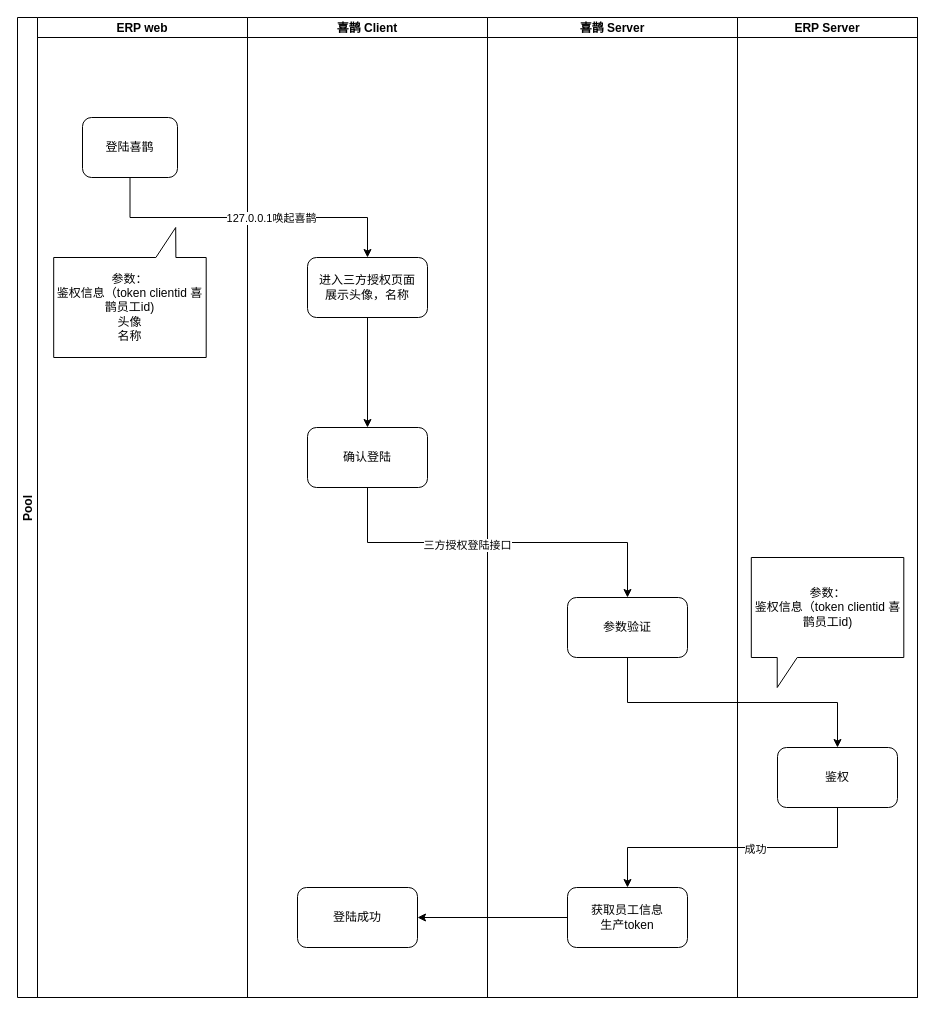
Earlier version of the draw.io diagram erp授权登录喜鹊流程图.drawio (zhuhuifei/draw.io). Source tidied: cells renumbered, new cells numbered last; positions are measured from the earlier drawing's top-left corner, leaving out a move shared by most shapes. Both pictures are drawn from the tidied source at 100%, with x=0, y=0 at pixel (17, 17).
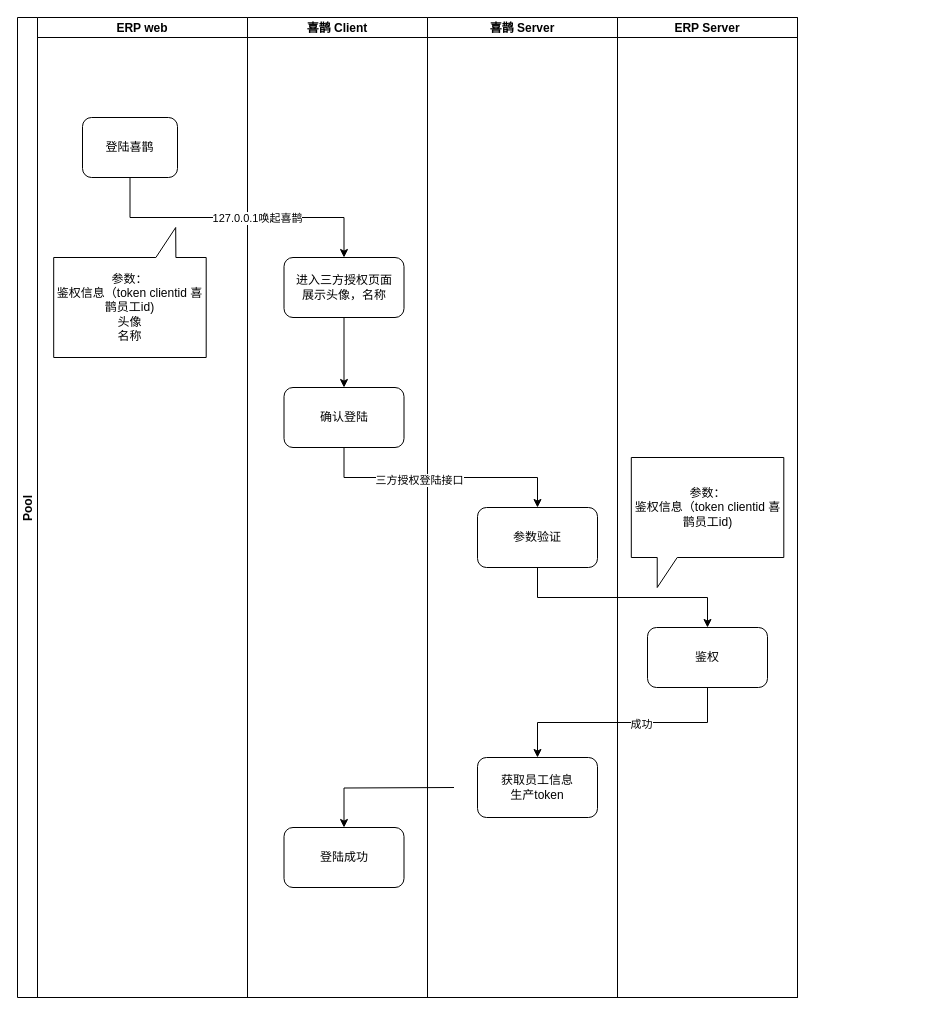
The same page after the edit.

Commit message:
更新erp授权登录喜鹊流程图.drawio

Diff of the diagram source:
```diff
@@
     <mxCell id="2" value="Pool" style="swimlane;startSize=20;horizontal=0;" parent="1" vertex="1">
-      <mxGeometry width="900" height="980" as="geometry" />
+      <mxGeometry width="780" height="980" as="geometry" />
     </mxCell>
@@
+    <mxCell id="24" style="edgeStyle=orthogonalEdgeStyle;rounded=0;jettySize=auto;html=1;" parent="2" edge="1" target="10">
+      <mxGeometry relative="1" as="geometry">
+        <mxPoint x="436.5" y="770" as="sourcePoint" />
+      </mxGeometry>
+    </mxCell>
     <mxCell id="6" value="喜鹊 Client" style="swimlane;startSize=20;" parent="2" vertex="1">
-      <mxGeometry x="230" width="240" height="980" as="geometry" />
+      <mxGeometry x="230" width="180" height="980" as="geometry" />
     </mxCell>
@@
     <mxCell id="8" value="进入三方授权页面&lt;br&gt;展示头像，名称" style="rounded=1;whiteSpace=wrap;html=1;" parent="6" vertex="1">
-      <mxGeometry x="60" y="240" width="120" height="60" as="geometry" />
+      <mxGeometry x="36.5" y="240" width="120" height="60" as="geometry" />
     </mxCell>
     <mxCell id="9" value="确认登陆" style="rounded=1;whiteSpace=wrap;html=1;" parent="6" vertex="1">
-      <mxGeometry x="60" y="410" width="120" height="60" as="geometry" />
+      <mxGeometry x="36.5" y="370" width="120" height="60" as="geometry" />
     </mxCell>
     <mxCell id="10" value="登陆成功" style="rounded=1;whiteSpace=wrap;html=1;" parent="6" vertex="1">
-      <mxGeometry x="50" y="870" width="120" height="60" as="geometry" />
+      <mxGeometry x="36.5" y="810" width="120" height="60" as="geometry" />
     </mxCell>
     <mxCell id="11" value="喜鹊 Server" style="swimlane;startSize=20;" parent="2" vertex="1">
-      <mxGeometry x="470" width="250" height="980" as="geometry" />
+      <mxGeometry x="410" width="190" height="980" as="geometry" />
     </mxCell>
     <mxCell id="12" value="参数验证" style="rounded=1;whiteSpace=wrap;html=1;" parent="11" vertex="1">
-      <mxGeometry x="80" y="580" width="120" height="60" as="geometry" />
+      <mxGeometry x="50" y="490" width="120" height="60" as="geometry" />
     </mxCell>
     <mxCell id="13" value="获取员工信息&lt;br&gt;生产token" style="rounded=1;whiteSpace=wrap;html=1;" parent="11" vertex="1">
-      <mxGeometry x="80" y="870" width="120" height="60" as="geometry" />
+      <mxGeometry x="50" y="740" width="120" height="60" as="geometry" />
     </mxCell>
+    <mxCell id="21" style="edgeStyle=orthogonalEdgeStyle;rounded=0;jettySize=auto;html=1;exitX=0.5;exitY=1;exitDx=0;exitDy=0;" parent="2" edge="1" source="12" target="15">
+      <mxGeometry relative="1" as="geometry" />
+    </mxCell>
+    <mxCell id="22" style="edgeStyle=orthogonalEdgeStyle;rounded=0;jettySize=auto;html=1;entryX=0.5;entryY=0;entryDx=0;entryDy=0;exitX=0.5;exitY=1;exitDx=0;exitDy=0;" parent="2" edge="1" source="15" target="13">
+      <mxGeometry relative="1" as="geometry" />
+    </mxCell>
+    <mxCell id="23" value="成功" style="edgeLabel;html=1;align=center;verticalAlign=middle;" parent="22" vertex="1">
+      <mxGeometry x="-0.15" y="1" relative="1" as="geometry" />
+    </mxCell>
     <mxCell id="14" value="ERP Server" style="swimlane;startSize=20;" parent="2" vertex="1">
-      <mxGeometry x="720" width="180" height="980" as="geometry" />
+      <mxGeometry x="600" width="180" height="980" as="geometry" />
     </mxCell>
     <mxCell id="15" value="鉴权" style="rounded=1;whiteSpace=wrap;html=1;" parent="14" vertex="1">
-      <mxGeometry x="40" y="730" width="120" height="60" as="geometry" />
+      <mxGeometry x="30" y="610" width="120" height="60" as="geometry" />
     </mxCell>
     <mxCell id="16" value="参数：&lt;br&gt;鉴权信息（token clientid 喜鹊员工id)" style="shape=callout;whiteSpace=wrap;html=1;perimeter=calloutPerimeter;rotation=0;align=center;position2=0.17;base=20;size=30;position=0.17;flipV=0;" parent="14" vertex="1">
-      <mxGeometry x="13.8" y="540" width="152.5" height="130" as="geometry" />
+      <mxGeometry x="13.8" y="440" width="152.5" height="130" as="geometry" />
     </mxCell>
@@
-    <mxCell id="21" style="edgeStyle=orthogonalEdgeStyle;rounded=0;jettySize=auto;html=1;exitX=0.5;exitY=1;exitDx=0;exitDy=0;" parent="2" edge="1" source="12" target="15">
-      <mxGeometry relative="1" as="geometry" />
-    </mxCell>
-    <mxCell id="22" style="edgeStyle=orthogonalEdgeStyle;rounded=0;jettySize=auto;html=1;entryX=0.5;entryY=0;entryDx=0;entryDy=0;exitX=0.5;exitY=1;exitDx=0;exitDy=0;" parent="2" edge="1" source="15" target="13">
-      <mxGeometry relative="1" as="geometry" />
-    </mxCell>
-    <mxCell id="23" value="成功" style="edgeLabel;html=1;align=center;verticalAlign=middle;" parent="22" vertex="1">
-      <mxGeometry x="-0.15" y="1" relative="1" as="geometry" />
-    </mxCell>
-    <mxCell id="24" style="edgeStyle=orthogonalEdgeStyle;rounded=0;jettySize=auto;html=1;" parent="2" edge="1" source="13" target="10">
-      <mxGeometry relative="1" as="geometry" />
-    </mxCell>
```
